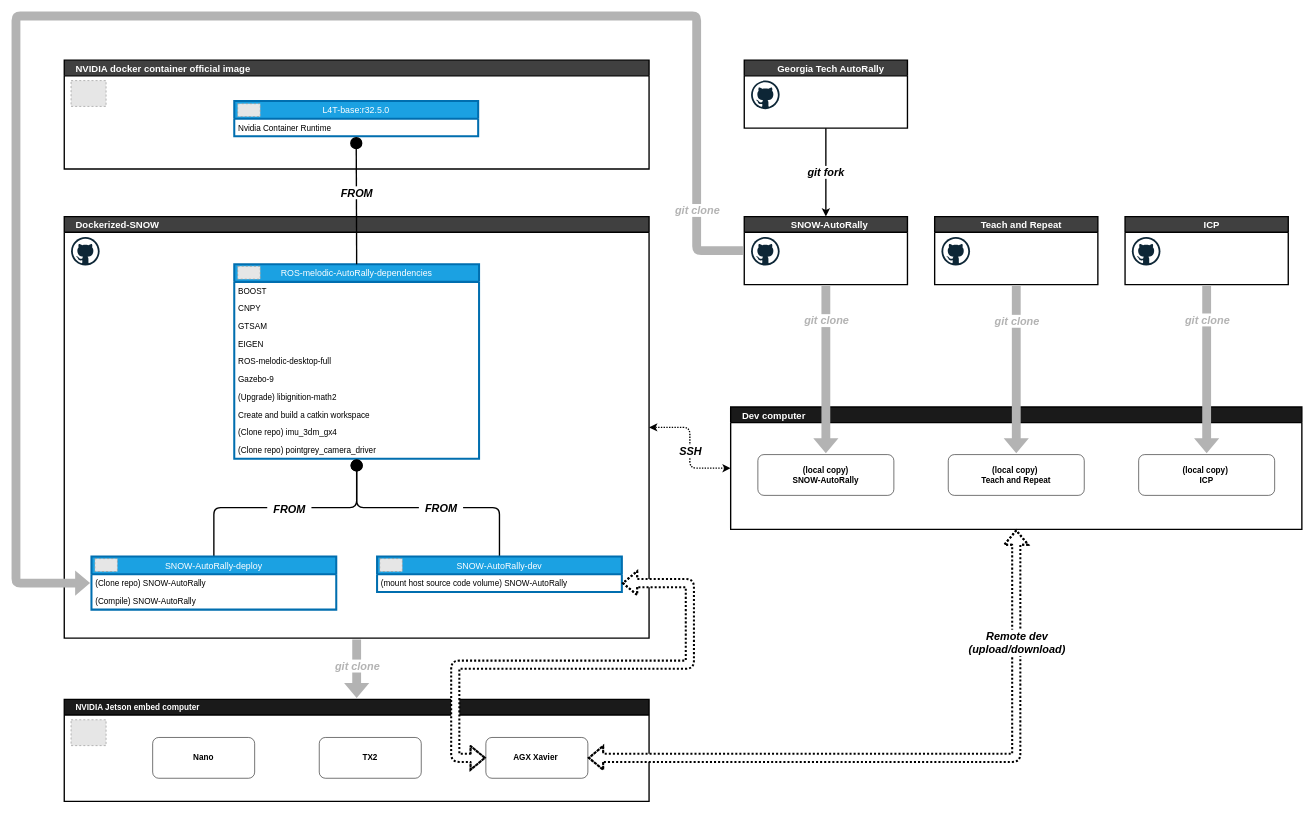
Above: visual/Dockerized-SNOW-plan-2.drawio in RedLeader962/Dockerized-SNOW (draw.io), before the change. Source tidied: cells renumbered, new cells numbered last; positions are measured from the earlier drawing's top-left corner, leaving out a move shared by most shapes. Both pictures are drawn from the tidied source at 68%, with x=0, y=0 at pixel (16, 16). Pictures stored in the file or linked from it are replaced by grey dashed boxes.
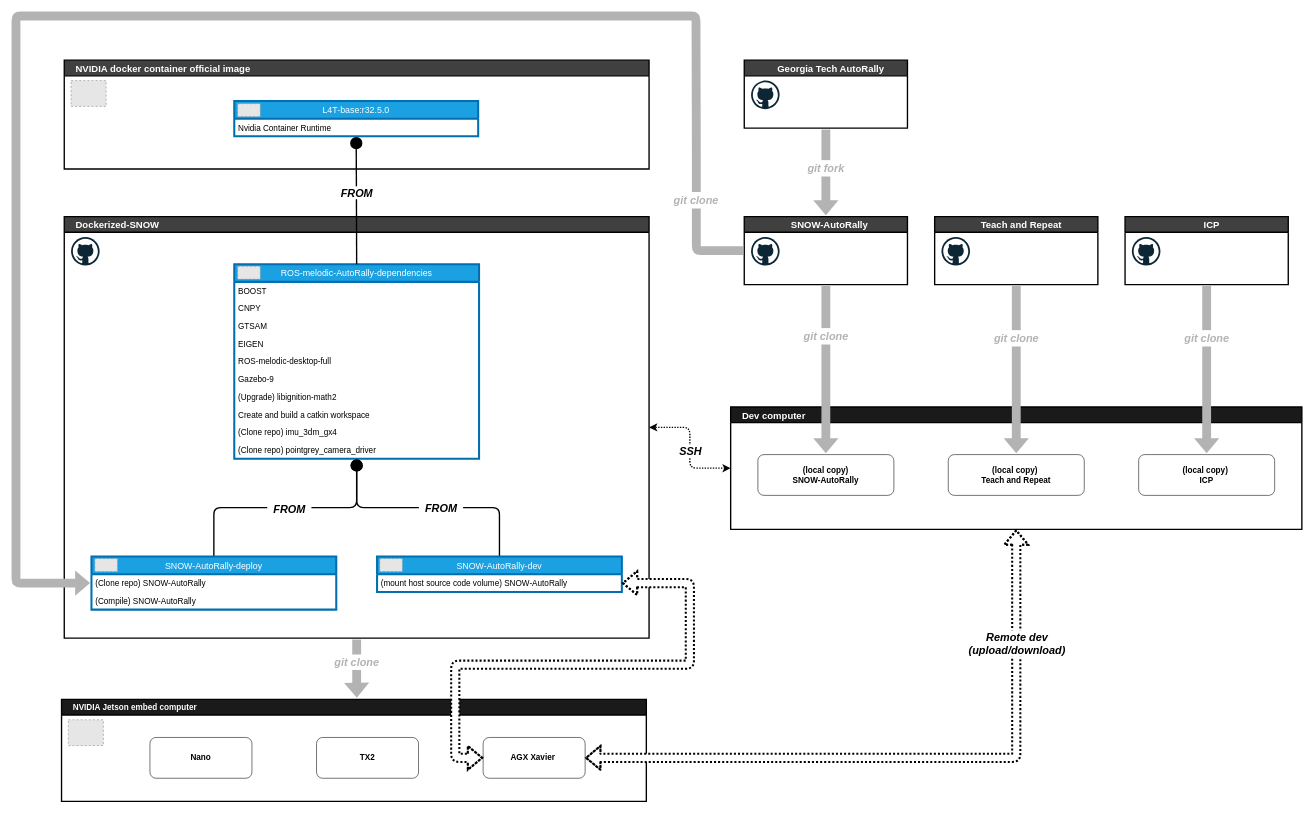
Above is the later version.

Unchanged cells that the change refers to:
```xml
<mxCell id="6" value="Dockerized-SNOW" style="swimlane;align=left;spacingLeft=15;strokeWidth=2;rounded=0;shadow=0;sketch=0;fillColor=#404040;fontStyle=1;fontSize=14;fontColor=#FFFFFF;" parent="1" vertex="1">
  <mxGeometry x="71" y="295" width="860" height="620" as="geometry" />
</mxCell>
<mxCell id="26" value="(Clone repo) SNOW-AutoRally " style="text;strokeColor=none;fillColor=none;align=left;verticalAlign=top;spacingLeft=4;spacingRight=4;overflow=hidden;points=[[0,0.5],[1,0.5]];portConstraint=eastwest;" parent="25" vertex="1">
  <mxGeometry y="26" width="360" height="26" as="geometry" />
</mxCell>
<mxCell id="29" value="SNOW-AutoRally " style="swimlane;align=center;spacingLeft=15;strokeWidth=2;rounded=0;shadow=0;sketch=0;fillColor=#404040;fontStyle=1;fontSize=14;fontColor=#FFFFFF;" parent="1" vertex="1">
  <mxGeometry x="1071" y="295" width="240" height="100" as="geometry" />
</mxCell>
<mxCell id="32" value="Georgia Tech AutoRally" style="swimlane;align=center;spacingLeft=15;strokeWidth=2;rounded=0;shadow=0;sketch=0;fillColor=#404040;fontStyle=1;fontSize=14;fontColor=#FFFFFF;" parent="1" vertex="1">
  <mxGeometry x="1071" y="65" width="240" height="100" as="geometry" />
</mxCell>
<mxCell id="45" value="&lt;span style=&quot;font-weight: bold&quot;&gt;(local copy) &lt;br&gt;SNOW-AutoRally&lt;/span&gt;" style="rounded=1;whiteSpace=wrap;html=1;startSize=23;align=center;opacity=80;" parent="44" vertex="1">
  <mxGeometry x="40" y="70" width="200" height="60" as="geometry" />
</mxCell>
<mxCell id="46" value="&lt;span style=&quot;font-weight: bold&quot;&gt;(local copy)&amp;nbsp;&lt;br&gt;&lt;/span&gt;&lt;span style=&quot;font-weight: bold ; text-align: left&quot;&gt;Teach and Repeat&lt;/span&gt;" style="rounded=1;whiteSpace=wrap;html=1;startSize=23;align=center;opacity=80;" parent="44" vertex="1">
  <mxGeometry x="320" y="70" width="200" height="60" as="geometry" />
</mxCell>
<mxCell id="47" value="&lt;span style=&quot;font-weight: bold&quot;&gt;(local copy)&amp;nbsp;&lt;br&gt;&lt;/span&gt;&lt;span style=&quot;font-weight: bold ; text-align: left&quot;&gt;ICP&lt;/span&gt;" style="rounded=1;whiteSpace=wrap;html=1;startSize=23;align=center;opacity=80;" parent="44" vertex="1">
  <mxGeometry x="600" y="70" width="200" height="60" as="geometry" />
</mxCell>
<mxCell id="50" value="Teach and Repeat" style="swimlane;align=center;spacingLeft=15;strokeWidth=2;rounded=0;shadow=0;sketch=0;fillColor=#404040;fontStyle=1;fontSize=14;fontColor=#FFFFFF;" parent="1" vertex="1">
  <mxGeometry x="1351" y="295" width="240" height="100" as="geometry" />
</mxCell>
<mxCell id="52" value="ICP" style="swimlane;align=center;spacingLeft=15;strokeWidth=2;rounded=0;shadow=0;sketch=0;fillColor=#404040;fontStyle=1;fontSize=14;fontColor=#FFFFFF;" parent="1" vertex="1">
  <mxGeometry x="1631" y="295" width="240" height="100" as="geometry" />
</mxCell>
```

Diff of the diagram source:
```diff
@@
-    <mxCell id="31" value="&lt;b&gt;&lt;i&gt;&lt;font style=&quot;font-size: 16px&quot;&gt;git fork&lt;/font&gt;&lt;/i&gt;&lt;/b&gt;" style="edgeStyle=orthogonalEdgeStyle;rounded=1;jettySize=auto;html=1;entryX=0.5;entryY=0;entryDx=0;entryDy=0;startSize=23;strokeWidth=2;sketch=0;shadow=0;jumpStyle=arc;" parent="1" edge="1" source="32" target="29">
-      <mxGeometry relative="1" as="geometry" />
-    </mxCell>
@@
     <mxCell id="34" value="NVIDIA Jetson embed computer" style="swimlane;align=left;spacingLeft=15;strokeWidth=2;rounded=0;shadow=0;sketch=0;fontStyle=1;fillColor=#1A1A1A;fontColor=#FFFFFF;" parent="1" vertex="1">
-      <mxGeometry x="71" y="1005" width="860" height="150" as="geometry" />
+      <mxGeometry x="67" y="1005" width="860" height="150" as="geometry" />
     </mxCell>
@@
-    <mxCell id="48" style="edgeStyle=orthogonalEdgeStyle;rounded=1;jumpStyle=arc;jumpSize=6;jettySize=auto;html=1;endArrow=classic;strokeWidth=4;sketch=0;shadow=0;shape=flexArrow;fillColor=#B3B3B3;strokeColor=none;" parent="1" edge="1" source="6" target="34">
-      <mxGeometry relative="1" as="geometry" />
-    </mxCell>
-    <mxCell id="49" value="&lt;i&gt;&lt;font style=&quot;font-size: 16px&quot;&gt;&lt;b&gt;&amp;nbsp; git clone &amp;nbsp;&lt;/b&gt;&lt;/font&gt;&lt;/i&gt;" style="edgeLabel;html=1;align=center;verticalAlign=middle;fontColor=#B3B3B3;" parent="48" vertex="1">
-      <mxGeometry x="-0.32" y="1" relative="1" as="geometry">
-        <mxPoint x="-1" y="9" as="offset" />
-      </mxGeometry>
-    </mxCell>
@@
-    <mxCell id="54" style="edgeStyle=orthogonalEdgeStyle;rounded=1;jumpStyle=arc;jumpSize=6;jettySize=auto;html=1;exitX=0.5;exitY=1;exitDx=0;exitDy=0;endArrow=classic;strokeWidth=4;entryX=0.5;entryY=0;entryDx=0;entryDy=0;sketch=0;shadow=0;shape=flexArrow;fillColor=#B3B3B3;strokeColor=none;" parent="1" edge="1" source="50" target="46">
-      <mxGeometry relative="1" as="geometry" />
-    </mxCell>
-    <mxCell id="55" value="&lt;i&gt;&lt;font style=&quot;font-size: 16px&quot;&gt;&lt;b&gt;&amp;nbsp; git clone &amp;nbsp;&lt;/b&gt;&lt;/font&gt;&lt;/i&gt;" style="edgeLabel;html=1;align=center;verticalAlign=middle;fontColor=#B3B3B3;" parent="54" vertex="1">
-      <mxGeometry x="-0.82" relative="1" as="geometry">
-        <mxPoint y="30" as="offset" />
-      </mxGeometry>
-    </mxCell>
-    <mxCell id="56" style="edgeStyle=orthogonalEdgeStyle;rounded=1;jumpStyle=arc;jumpSize=6;jettySize=auto;html=1;exitX=0.5;exitY=1;exitDx=0;exitDy=0;endArrow=classic;strokeWidth=4;entryX=0.5;entryY=0;entryDx=0;entryDy=0;sketch=0;shadow=0;shape=flexArrow;fillColor=#B3B3B3;strokeColor=none;" parent="1" edge="1" source="52" target="47">
-      <mxGeometry relative="1" as="geometry" />
-    </mxCell>
-    <mxCell id="57" value="&lt;i&gt;&lt;font style=&quot;font-size: 16px&quot;&gt;&lt;b&gt;&amp;nbsp; git clone &amp;nbsp;&lt;/b&gt;&lt;/font&gt;&lt;/i&gt;" style="edgeLabel;html=1;align=center;verticalAlign=middle;fontColor=#B3B3B3;" parent="56" vertex="1">
-      <mxGeometry x="-0.9" relative="1" as="geometry">
-        <mxPoint y="39" as="offset" />
-      </mxGeometry>
-    </mxCell>
-    <mxCell id="58" style="edgeStyle=orthogonalEdgeStyle;rounded=1;jumpStyle=arc;jumpSize=14;jettySize=auto;html=1;endArrow=classic;strokeWidth=4;entryX=0;entryY=0.5;entryDx=0;entryDy=0;exitX=0;exitY=0.5;exitDx=0;exitDy=0;shadow=0;sketch=0;shape=flexArrow;fillColor=#B3B3B3;strokeColor=none;" parent="1" edge="1" source="29" target="26">
+    <mxCell id="58" style="edgeStyle=orthogonalEdgeStyle;rounded=1;jumpStyle=arc;jumpSize=14;jettySize=auto;html=1;endArrow=classic;strokeWidth=4;entryX=0;entryY=0.5;entryDx=0;entryDy=0;shadow=0;sketch=0;shape=flexArrow;fillColor=#B3B3B3;strokeColor=none;exitX=0.5;exitY=0;exitDx=0;exitDy=0;" parent="1" edge="1" source="74" target="26">
       <mxGeometry relative="1" as="geometry">
         <Array as="points">
-          <mxPoint x="1001" y="345" />
-          <mxPoint x="1001" />
+          <mxPoint x="1000" y="204" />
+          <mxPoint x="1000" />
           <mxPoint />
           <mxPoint y="834" />
         </Array>
       </mxGeometry>
     </mxCell>
-    <mxCell id="59" value="&lt;i style=&quot;&quot;&gt;&lt;font style=&quot;font-size: 16px&quot;&gt;&lt;b&gt;&amp;nbsp; git clone &amp;nbsp;&lt;/b&gt;&lt;/font&gt;&lt;/i&gt;" style="edgeLabel;html=1;align=center;verticalAlign=middle;fontColor=#B3B3B3;" parent="58" vertex="1">
-      <mxGeometry x="-0.89" relative="1" as="geometry" />
-    </mxCell>
-    <mxCell id="60" style="edgeStyle=orthogonalEdgeStyle;rounded=1;jumpStyle=arc;jumpSize=6;jettySize=auto;html=1;exitX=0.5;exitY=1;exitDx=0;exitDy=0;endArrow=classic;strokeWidth=4;entryX=0.5;entryY=0;entryDx=0;entryDy=0;sketch=0;shadow=0;shape=flexArrow;fillColor=#B3B3B3;strokeColor=none;" parent="1" edge="1" source="29" target="45">
-      <mxGeometry relative="1" as="geometry" />
-    </mxCell>
-    <mxCell id="61" value="&lt;i&gt;&lt;font style=&quot;font-size: 16px&quot;&gt;&lt;b&gt;&amp;nbsp; git clone &amp;nbsp;&lt;/b&gt;&lt;/font&gt;&lt;/i&gt;" style="edgeLabel;html=1;align=center;verticalAlign=middle;fontColor=#B3B3B3;" parent="60" vertex="1">
-      <mxGeometry x="-0.92" relative="1" as="geometry">
-        <mxPoint y="42" as="offset" />
-      </mxGeometry>
-    </mxCell>
@@
+    <mxCell id="66" style="group;" parent="1" vertex="1">
+      <mxGeometry x="1142.5" y="461" width="97" height="20" as="geometry" />
+    </mxCell>
+    <mxCell id="67" style="group;" parent="66" vertex="1">
+      <mxGeometry width="97" height="20" as="geometry" />
+    </mxCell>
+    <mxCell id="68" value="&lt;i style=&quot;color: rgb(179 , 179 , 179) ; font-size: 11px&quot;&gt;&lt;font style=&quot;font-size: 16px&quot;&gt;&lt;b&gt;&amp;nbsp; git clone &amp;nbsp;&lt;/b&gt;&lt;/font&gt;&lt;/i&gt;" style="text;html=1;strokeColor=none;fillColor=none;align=center;verticalAlign=middle;whiteSpace=wrap;rounded=0;labelBackgroundColor=none;" parent="67" vertex="1">
+      <mxGeometry width="97" height="20" as="geometry" />
+    </mxCell>
+    <mxCell id="69" style="edgeStyle=orthogonalEdgeStyle;rounded=1;jumpStyle=arc;jumpSize=6;jettySize=auto;html=1;endArrow=none;strokeWidth=4;entryX=0.5;entryY=0;entryDx=0;entryDy=0;sketch=0;shadow=0;shape=flexArrow;fillColor=#B3B3B3;strokeColor=none;exitX=0.5;exitY=1;exitDx=0;exitDy=0;endFill=0;" parent="67" edge="1" source="29" target="68">
+      <mxGeometry relative="1" as="geometry" />
+    </mxCell>
+    <mxCell id="60" style="edgeStyle=orthogonalEdgeStyle;rounded=1;jumpStyle=arc;jumpSize=6;jettySize=auto;html=1;exitX=0.5;exitY=1;exitDx=0;exitDy=0;endArrow=classic;strokeWidth=4;entryX=0.5;entryY=0;entryDx=0;entryDy=0;sketch=0;shadow=0;shape=flexArrow;fillColor=#B3B3B3;strokeColor=none;" parent="1" edge="1" source="68" target="45">
+      <mxGeometry relative="1" as="geometry" />
+    </mxCell>
+    <mxCell id="70" style="group;" parent="1" vertex="1">
+      <mxGeometry x="1152.5" y="471" width="97" height="20" as="geometry" />
+    </mxCell>
+    <mxCell id="71" value="&lt;i style=&quot;color: rgb(179 , 179 , 179) ; font-size: 11px&quot;&gt;&lt;font style=&quot;font-size: 16px&quot;&gt;&lt;b&gt;&amp;nbsp; git clone &amp;nbsp;&lt;/b&gt;&lt;/font&gt;&lt;/i&gt;" style="text;html=1;strokeColor=none;fillColor=none;align=center;verticalAlign=middle;whiteSpace=wrap;rounded=0;labelBackgroundColor=none;" parent="1" vertex="1">
+      <mxGeometry x="1422.5" y="464" width="97" height="20" as="geometry" />
+    </mxCell>
+    <mxCell id="72" style="edgeStyle=orthogonalEdgeStyle;rounded=1;jumpStyle=arc;jumpSize=6;jettySize=auto;html=1;exitX=0.5;exitY=1;exitDx=0;exitDy=0;endArrow=classic;strokeWidth=4;entryX=0.5;entryY=0;entryDx=0;entryDy=0;sketch=0;shadow=0;shape=flexArrow;fillColor=#B3B3B3;strokeColor=none;" parent="1" edge="1" source="71" target="46">
+      <mxGeometry relative="1" as="geometry" />
+    </mxCell>
+    <mxCell id="73" style="edgeStyle=orthogonalEdgeStyle;rounded=1;jumpStyle=arc;jumpSize=6;jettySize=auto;html=1;endArrow=none;strokeWidth=4;entryX=0.5;entryY=0;entryDx=0;entryDy=0;sketch=0;shadow=0;shape=flexArrow;fillColor=#B3B3B3;strokeColor=none;endFill=0;exitX=0.5;exitY=1;exitDx=0;exitDy=0;" parent="1" edge="1" source="50" target="71">
+      <mxGeometry relative="1" as="geometry" />
+    </mxCell>
+    <mxCell id="74" value="&lt;i style=&quot;color: rgb(179 , 179 , 179) ; font-size: 11px&quot;&gt;&lt;font style=&quot;font-size: 16px&quot;&gt;&lt;b&gt;&amp;nbsp; git clone &amp;nbsp;&lt;/b&gt;&lt;/font&gt;&lt;/i&gt;" style="text;html=1;strokeColor=none;fillColor=none;align=center;verticalAlign=middle;whiteSpace=wrap;rounded=0;labelBackgroundColor=none;" parent="1" vertex="1">
+      <mxGeometry x="952" y="261" width="97" height="20" as="geometry" />
+    </mxCell>
+    <mxCell id="75" style="edgeStyle=orthogonalEdgeStyle;rounded=1;jumpStyle=arc;jumpSize=6;jettySize=auto;html=1;endArrow=none;strokeWidth=4;sketch=0;shadow=0;shape=flexArrow;fillColor=#B3B3B3;strokeColor=none;endFill=0;entryX=0.5;entryY=1;entryDx=0;entryDy=0;exitX=0;exitY=0.5;exitDx=0;exitDy=0;" parent="1" edge="1" source="29" target="74">
+      <mxGeometry relative="1" as="geometry" />
+    </mxCell>
+    <mxCell id="76" style="edgeStyle=orthogonalEdgeStyle;rounded=1;jumpStyle=arc;jumpSize=6;jettySize=auto;html=1;exitX=0.5;exitY=1;exitDx=0;exitDy=0;endArrow=classic;strokeWidth=4;sketch=0;shadow=0;shape=flexArrow;fillColor=#B3B3B3;strokeColor=none;" parent="1" edge="1" source="78">
+      <mxGeometry relative="1" as="geometry">
+        <mxPoint x="1751" y="645" as="targetPoint" />
+      </mxGeometry>
+    </mxCell>
+    <mxCell id="77" style="edgeStyle=orthogonalEdgeStyle;rounded=1;jumpStyle=arc;jumpSize=6;jettySize=auto;html=1;endArrow=none;strokeWidth=4;entryX=0.5;entryY=0;entryDx=0;entryDy=0;sketch=0;shadow=0;shape=flexArrow;fillColor=#B3B3B3;strokeColor=none;endFill=0;exitX=0.5;exitY=1;exitDx=0;exitDy=0;" parent="1" edge="1" source="52" target="78">
+      <mxGeometry relative="1" as="geometry" />
+    </mxCell>
+    <mxCell id="78" value="&lt;i style=&quot;color: rgb(179 , 179 , 179) ; font-size: 11px&quot;&gt;&lt;font style=&quot;font-size: 16px&quot;&gt;&lt;b&gt;&amp;nbsp; git clone &amp;nbsp;&lt;/b&gt;&lt;/font&gt;&lt;/i&gt;" style="text;html=1;strokeColor=none;fillColor=none;align=center;verticalAlign=middle;whiteSpace=wrap;rounded=0;labelBackgroundColor=none;" parent="1" vertex="1">
+      <mxGeometry x="1702.5" y="464" width="97" height="20" as="geometry" />
+    </mxCell>
+    <mxCell id="79" style="group;" parent="1" vertex="1">
+      <mxGeometry x="1137" y="180" width="97" height="250" as="geometry" />
+    </mxCell>
+    <mxCell id="31" value="&lt;i style=&quot;color: rgb(179 , 179 , 179) ; font-size: 11px&quot;&gt;&lt;font style=&quot;font-size: 16px&quot;&gt;&lt;b&gt;&amp;nbsp; git fork &amp;nbsp;&lt;/b&gt;&lt;/font&gt;&lt;/i&gt;" style="text;html=1;strokeColor=none;fillColor=none;align=center;verticalAlign=middle;whiteSpace=wrap;rounded=0;labelBackgroundColor=none;" parent="79" vertex="1">
+      <mxGeometry x="5.5" y="34" width="97" height="20" as="geometry" />
+    </mxCell>
+    <mxCell id="80" style="group;" parent="1" vertex="1">
+      <mxGeometry x="452.5" y="886" width="97" height="236" as="geometry" />
+    </mxCell>
+    <mxCell id="81" value="&lt;i style=&quot;color: rgb(179 , 179 , 179) ; font-size: 11px&quot;&gt;&lt;font style=&quot;font-size: 16px&quot;&gt;&lt;b&gt;&amp;nbsp; git clone &amp;nbsp;&lt;/b&gt;&lt;/font&gt;&lt;/i&gt;" style="text;html=1;strokeColor=none;fillColor=none;align=center;verticalAlign=middle;whiteSpace=wrap;rounded=0;labelBackgroundColor=none;" parent="80" vertex="1">
+      <mxGeometry y="55" width="97" height="18.9" as="geometry" />
+    </mxCell>
+    <mxCell id="82" style="edgeStyle=orthogonalEdgeStyle;rounded=1;jumpStyle=arc;jumpSize=6;jettySize=auto;html=1;endArrow=none;strokeWidth=4;entryX=0.5;entryY=0;entryDx=0;entryDy=0;sketch=0;shadow=0;shape=flexArrow;fillColor=#B3B3B3;strokeColor=none;endFill=0;exitX=0.5;exitY=1;exitDx=0;exitDy=0;" parent="1" edge="1" source="6" target="81">
+      <mxGeometry relative="1" as="geometry" />
+    </mxCell>
+    <mxCell id="83" style="edgeStyle=orthogonalEdgeStyle;rounded=1;jumpStyle=arc;jumpSize=6;jettySize=auto;html=1;exitX=0.5;exitY=1;exitDx=0;exitDy=0;endArrow=classic;strokeWidth=4;sketch=0;shadow=0;shape=flexArrow;fillColor=#B3B3B3;strokeColor=none;entryX=0.505;entryY=-0.003;entryDx=0;entryDy=0;entryPerimeter=0;" parent="1" edge="1" source="81" target="34">
+      <mxGeometry relative="1" as="geometry" />
+    </mxCell>
+    <mxCell id="84" style="edgeStyle=orthogonalEdgeStyle;rounded=1;jumpStyle=arc;jumpSize=6;jettySize=auto;html=1;endArrow=none;strokeWidth=4;entryX=0.5;entryY=0;entryDx=0;entryDy=0;sketch=0;shadow=0;shape=flexArrow;fillColor=#B3B3B3;strokeColor=none;endFill=0;exitX=0.5;exitY=1;exitDx=0;exitDy=0;" parent="1" edge="1" source="32" target="31">
+      <mxGeometry relative="1" as="geometry" />
+    </mxCell>
+    <mxCell id="85" style="edgeStyle=orthogonalEdgeStyle;rounded=1;jumpStyle=arc;jumpSize=6;jettySize=auto;html=1;exitX=0.5;exitY=1;exitDx=0;exitDy=0;endArrow=classic;strokeWidth=4;sketch=0;shadow=0;shape=flexArrow;fillColor=#B3B3B3;strokeColor=none;entryX=0.5;entryY=0;entryDx=0;entryDy=0;" parent="1" edge="1" source="31" target="29">
+      <mxGeometry relative="1" as="geometry" />
+    </mxCell>
```
